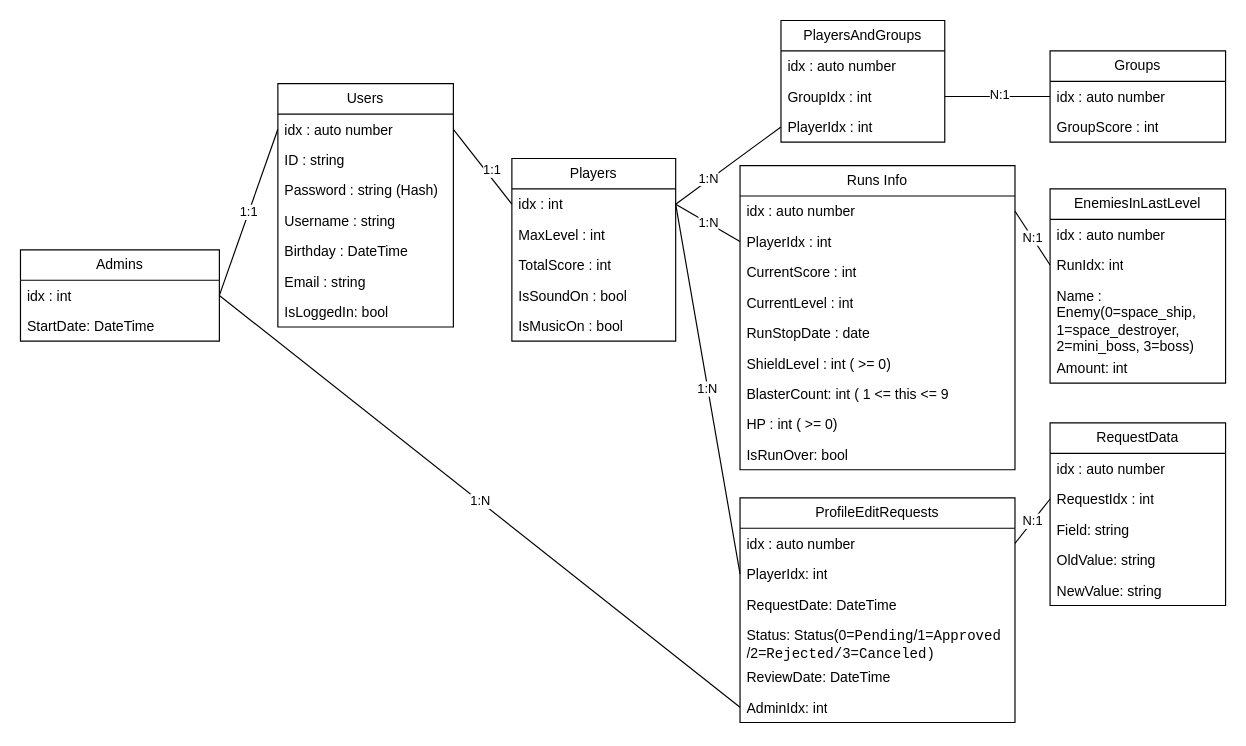
The draw.io diagram Model/Diagrams/Final project DB chart.drawio in OmerTheProgrammer/space-shooter-project, before the edit. Source tidied: cells renumbered, new cells numbered last; positions are measured from the earlier drawing's top-left corner, leaving out a move shared by most shapes. Both pictures are drawn from the tidied source at 117%, with x=0, y=0 at pixel (20, 20).
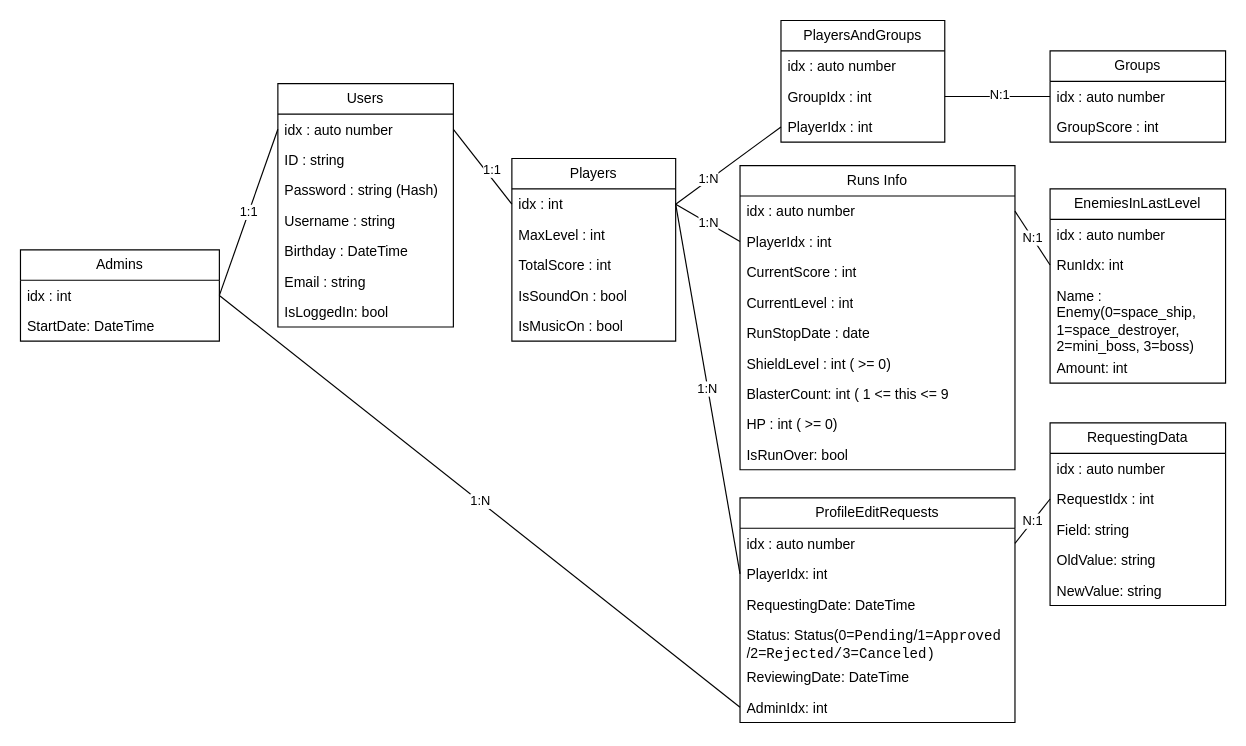
After the change.

Unchanged cells that the change refers to:
```xml
<mxCell id="44" value="ProfileEditRequests" style="swimlane;fontStyle=0;horizontal=1;startSize=26;fillColor=none;whiteSpace=wrap;html=1;" parent="1" vertex="1">
  <mxGeometry x="615" y="408" width="235" height="192" as="geometry" />
</mxCell>
```

What changed in the source:
```diff
@@
-    <mxCell id="47" value="RequestDate: DateTime" style="text;strokeColor=none;fillColor=none;align=left;verticalAlign=top;spacingLeft=4;spacingRight=4;overflow=hidden;whiteSpace=wrap;html=1;" parent="44" vertex="1">
+    <mxCell id="47" value="RequestingDate: DateTime" style="text;strokeColor=none;fillColor=none;align=left;verticalAlign=top;spacingLeft=4;spacingRight=4;overflow=hidden;whiteSpace=wrap;html=1;" parent="44" vertex="1">
       <mxGeometry y="78" width="235" height="26" as="geometry" />
     </mxCell>
@@
-    <mxCell id="49" value="ReviewDate: DateTime" style="text;strokeColor=none;fillColor=none;align=left;verticalAlign=top;spacingLeft=4;spacingRight=4;overflow=hidden;whiteSpace=wrap;html=1;" parent="44" vertex="1">
+    <mxCell id="49" value="ReviewingDate: DateTime" style="text;strokeColor=none;fillColor=none;align=left;verticalAlign=top;spacingLeft=4;spacingRight=4;overflow=hidden;whiteSpace=wrap;html=1;" parent="44" vertex="1">
       <mxGeometry y="140" width="235" height="26" as="geometry" />
     </mxCell>
@@
-    <mxCell id="51" value="RequestData" style="swimlane;fontStyle=0;horizontal=1;startSize=26;fillColor=none;whiteSpace=wrap;html=1;" parent="1" vertex="1">
+    <mxCell id="51" value="RequestingData" style="swimlane;fontStyle=0;horizontal=1;startSize=26;fillColor=none;whiteSpace=wrap;html=1;" parent="1" vertex="1">
       <mxGeometry x="880" y="344" width="150" height="156" as="geometry" />
     </mxCell>
```
